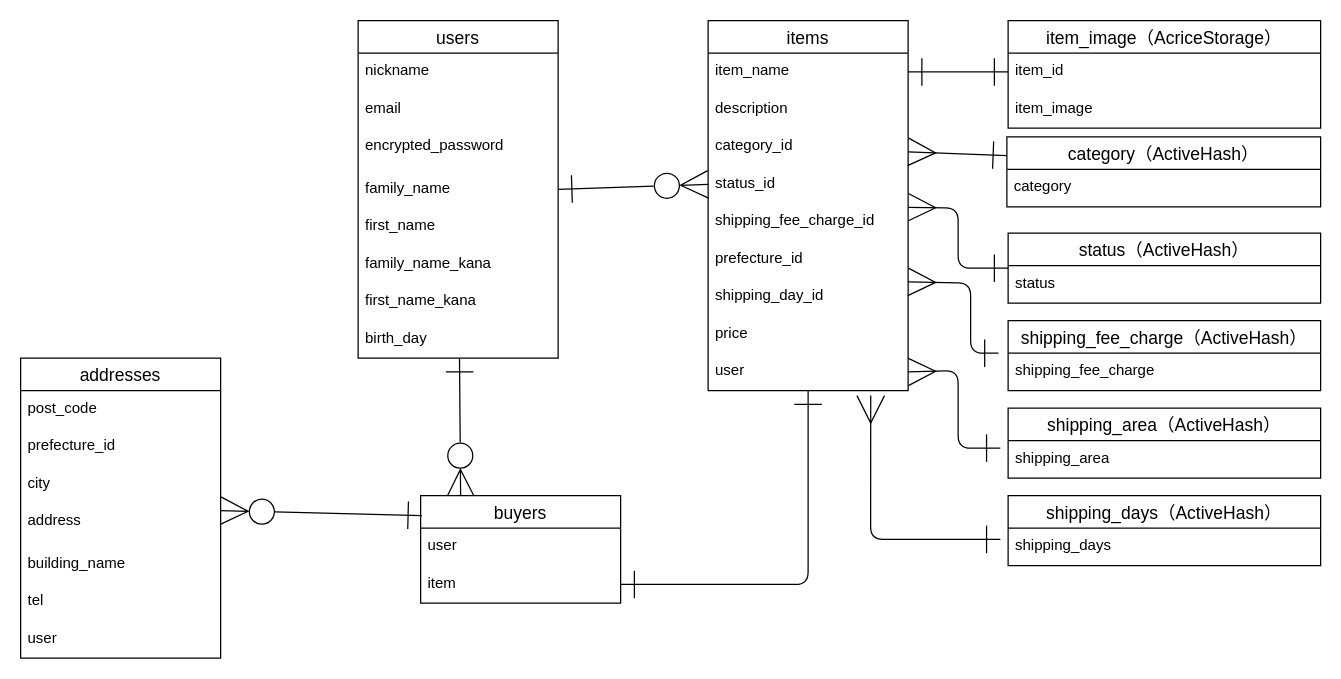
Earlier version of the draw.io diagram ER.dio (tom2828/furima-37153). Source tidied: cells renumbered, new cells numbered last; positions are measured from the earlier drawing's top-left corner, leaving out a move shared by most shapes. Both pictures are drawn from the tidied source at 125%, with x=0, y=0 at pixel (20, 20).
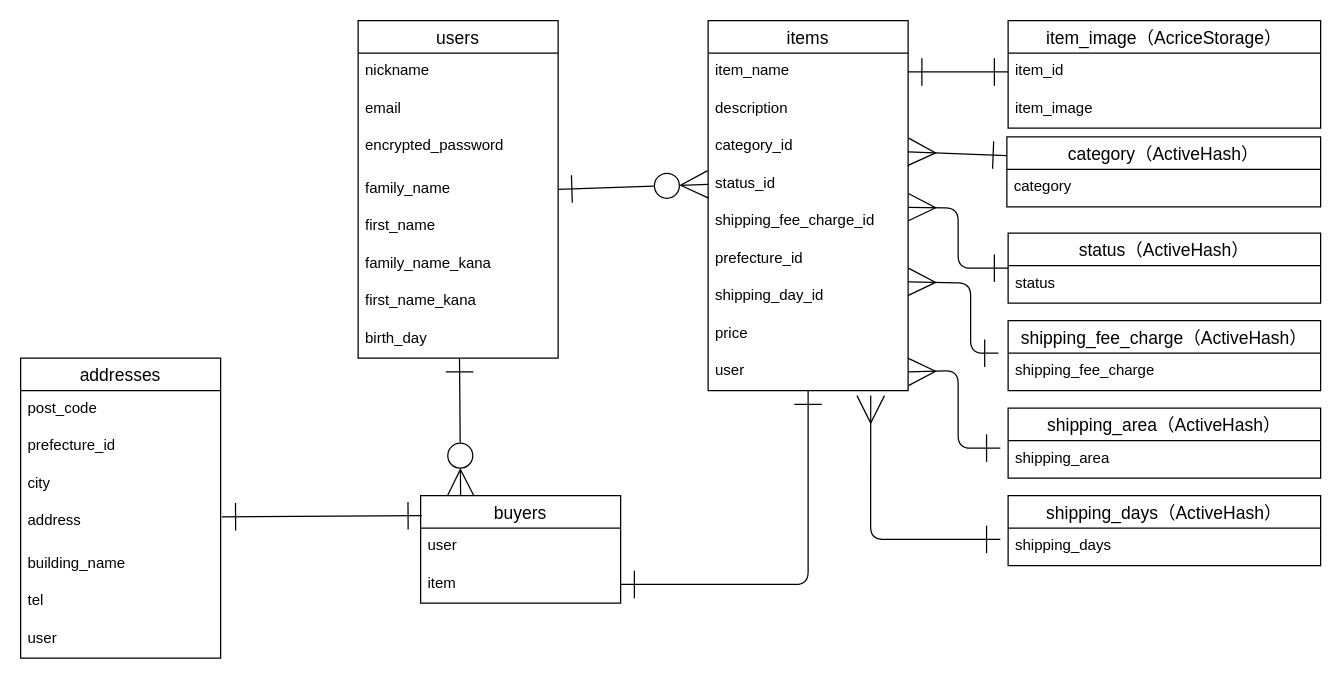
After the change.

The change refers to these unchanged cells:
```xml
<mxCell id="29" value="buyers" style="swimlane;fontStyle=0;horizontal=1;startSize=26;align=center;fontSize=14;" parent="1" vertex="1">
  <mxGeometry x="320" y="380" width="160" height="86" as="geometry" />
</mxCell>
<mxCell id="36" value="addresses" style="swimlane;fontStyle=0;horizontal=1;startSize=26;align=center;fontSize=14;" parent="1" vertex="1">
  <mxGeometry y="270" width="160" height="240" as="geometry" />
</mxCell>
<mxCell id="40" value="address" style="text;strokeColor=none;fillColor=none;spacingLeft=4;spacingRight=4;overflow=hidden;points=[[0,0.5],[1,0.5]];portConstraint=eastwest;fontSize=12;" parent="36" vertex="1">
  <mxGeometry y="116" width="160" height="34" as="geometry" />
</mxCell>
```

Change to the diagram source:
```diff
@@
-    <mxCell id="35" style="edgeStyle=none;jumpSize=6;html=1;startArrow=ERzeroToMany;startFill=0;endArrow=ERone;endFill=0;startSize=20;endSize=20;strokeColor=default;entryX=0.006;entryY=0.186;entryDx=0;entryDy=0;entryPerimeter=0;" parent="1" edge="1" source="36" target="29">
+    <mxCell id="35" style="edgeStyle=none;jumpSize=6;html=1;startArrow=ERone;startFill=0;endArrow=ERone;endFill=0;startSize=20;endSize=20;strokeColor=default;entryX=0.006;entryY=0.186;entryDx=0;entryDy=0;entryPerimeter=0;exitX=1.006;exitY=0.324;exitDx=0;exitDy=0;exitPerimeter=0;" parent="1" edge="1" source="40" target="29">
       <mxGeometry relative="1" as="geometry" />
     </mxCell>
```
